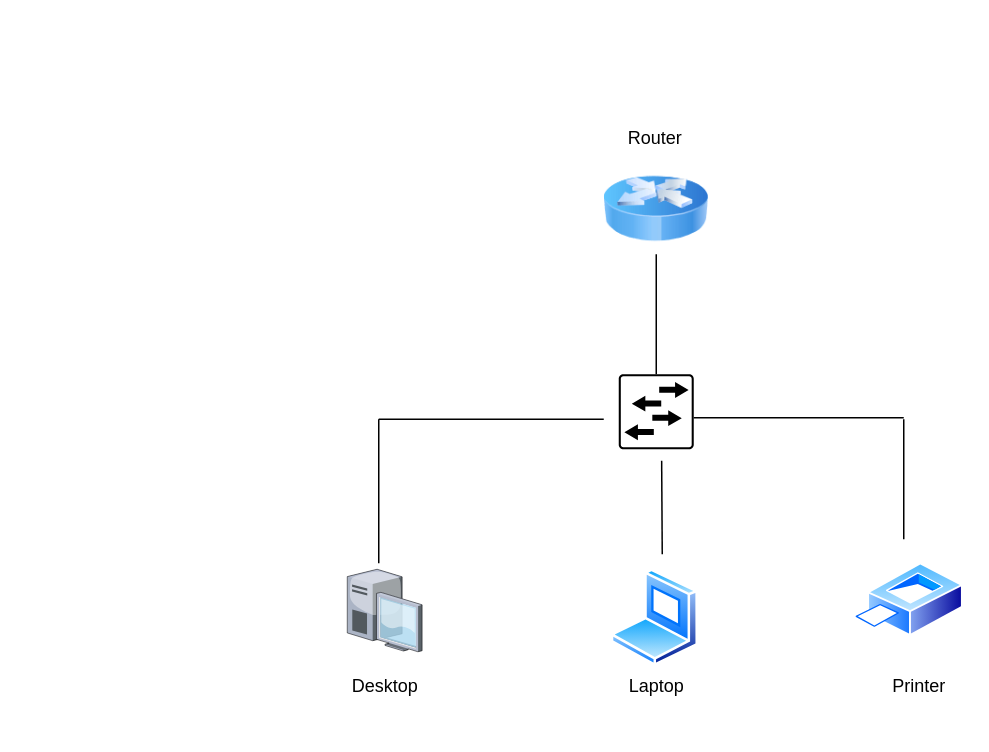
Before: Basic Network Design.drawio in Mosalah992/Network-Fundementals-, a draw.io diagram. Source tidied: cells renumbered, new cells numbered last; positions are measured from the earlier drawing's top-left corner, leaving out a move shared by most shapes. Both pictures are drawn from the tidied source at 150%, with x=0, y=0 at pixel (332, 118).
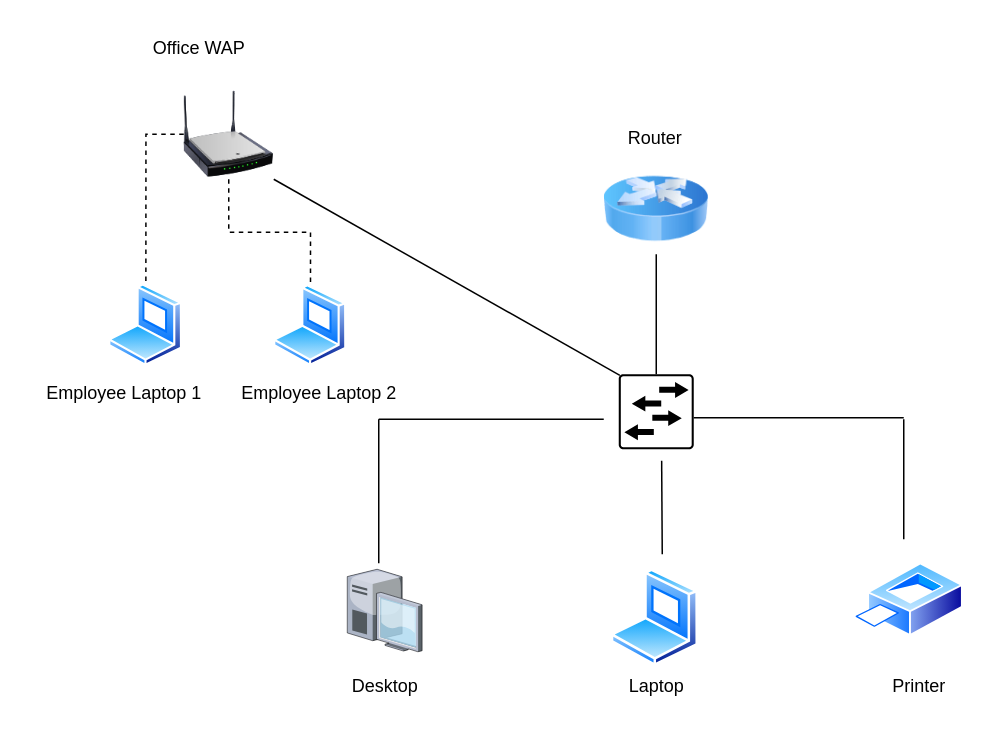
Above is the later version.

Unchanged cells that the change refers to:
```xml
<mxCell id="3" style="sketch=0;points=[[0.015,0.015,0],[0.985,0.015,0],[0.985,0.985,0],[0.015,0.985,0],[0.25,0,0],[0.5,0,0],[0.75,0,0],[1,0.25,0],[1,0.5,0],[1,0.75,0],[0.75,1,0],[0.5,1,0],[0.25,1,0],[0,0.75,0],[0,0.5,0],[0,0.25,0]];verticalLabelPosition=bottom;html=1;verticalAlign=top;align=center;shape=mxgraph.cisco19.rect;prIcon=l2_switch;labelBackgroundColor=none;" parent="1" vertex="1">
  <mxGeometry x="191" y="170" width="50" height="50" as="geometry" />
</mxCell>
```

Change to the diagram source:
```diff
@@
+    <mxCell id="17" style="edgeStyle=orthogonalEdgeStyle;rounded=0;jettySize=auto;html=1;exitX=0;exitY=0.5;exitDx=0;exitDy=0;entryX=0.5;entryY=0;entryDx=0;entryDy=0;dashed=1;endArrow=none;startFill=0;" parent="1" edge="1" source="19" target="21">
+      <mxGeometry relative="1" as="geometry" />
+    </mxCell>
+    <mxCell id="18" style="edgeStyle=orthogonalEdgeStyle;rounded=0;jettySize=auto;html=1;exitX=0.5;exitY=1;exitDx=0;exitDy=0;entryX=0.5;entryY=0;entryDx=0;entryDy=0;dashed=1;endArrow=none;startFill=0;" parent="1" edge="1" source="19" target="20">
+      <mxGeometry relative="1" as="geometry" />
+    </mxCell>
+    <mxCell id="19" style="image;html=1;image=img/lib/clip_art/networking/Wireless_Router_N_128x128.png;" parent="1" vertex="1">
+      <mxGeometry x="-99" y="-20" width="60" height="60" as="geometry" />
+    </mxCell>
+    <mxCell id="20" style="image;perimeter=ellipsePerimeter;html=1;align=center;shadow=0;dashed=0;spacingTop=3;image=img/lib/active_directory/laptop_client.svg;" parent="1" vertex="1">
+      <mxGeometry x="-39" y="110.5" width="49" height="54.5" as="geometry" />
+    </mxCell>
+    <mxCell id="21" style="image;perimeter=ellipsePerimeter;html=1;align=center;shadow=0;dashed=0;spacingTop=3;image=img/lib/active_directory/laptop_client.svg;" parent="1" vertex="1">
+      <mxGeometry x="-149" y="110" width="49.5" height="55" as="geometry" />
+    </mxCell>
+    <mxCell id="22" value="Office WAP" style="text;html=1;align=center;verticalAlign=middle;strokeColor=none;fillColor=none;" parent="1" vertex="1">
+      <mxGeometry x="-129" y="-62" width="80" height="30" as="geometry" />
+    </mxCell>
+    <mxCell id="23" value="Employee Laptop 1" style="text;html=1;align=center;verticalAlign=middle;strokeColor=none;fillColor=none;" parent="1" vertex="1">
+      <mxGeometry x="-204" y="168" width="130" height="30" as="geometry" />
+    </mxCell>
+    <mxCell id="24" value="&lt;div&gt;Employee Laptop 2&lt;/div&gt;&lt;div&gt;&lt;br&gt;&lt;/div&gt;" style="text;html=1;align=center;verticalAlign=middle;strokeColor=none;fillColor=none;" parent="1" vertex="1">
+      <mxGeometry x="-74" y="170" width="130" height="40" as="geometry" />
+    </mxCell>
+    <mxCell id="25" style="endArrow=none;html=1;rounded=0;entryX=1;entryY=1;entryDx=0;entryDy=0;exitX=0.015;exitY=0.015;exitDx=0;exitDy=0;exitPerimeter=0;" parent="1" edge="1" source="3" target="19">
+      <mxGeometry relative="1" as="geometry" />
+    </mxCell>
```
